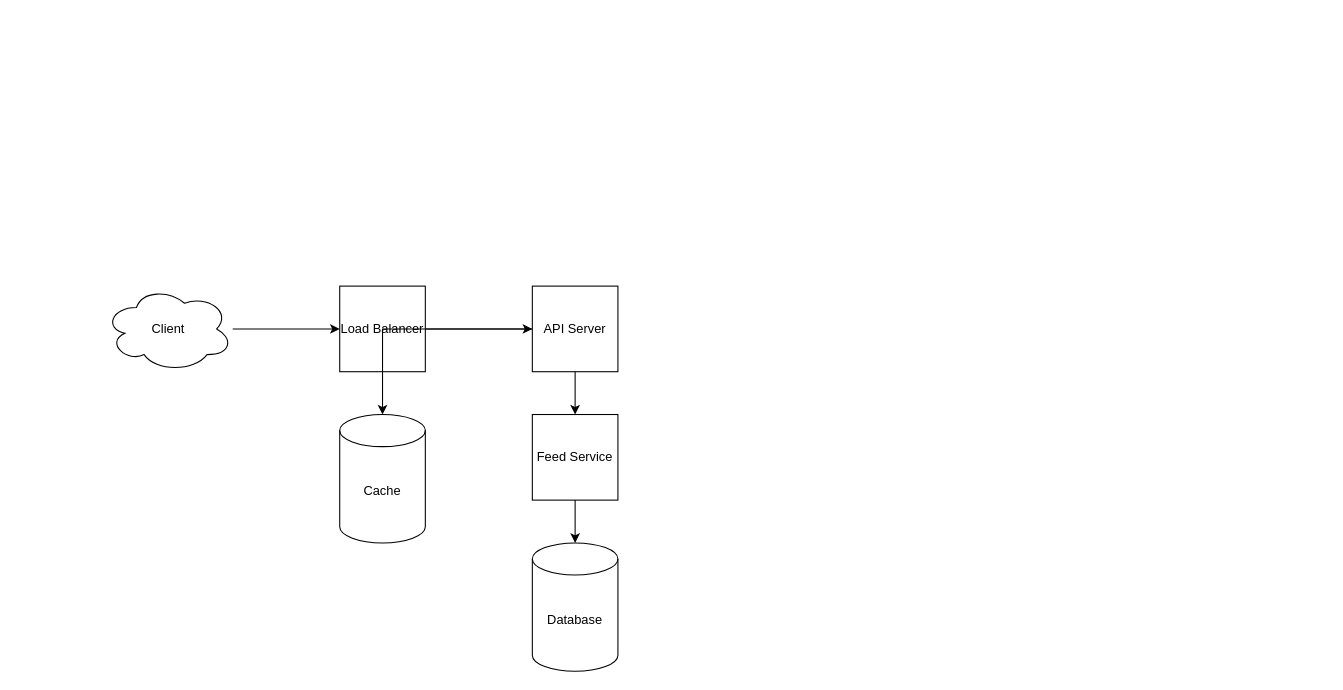
Above: system-design/news-feed/news-feed.drawio in tarunbatta/tech-interview-prep (draw.io), before the change. Source tidied: cells renumbered, new cells numbered last; positions are measured from the earlier drawing's top-left corner, leaving out a move shared by most shapes. Both pictures are drawn from the tidied source at 107%, with x=0, y=0 at pixel (104, 286).
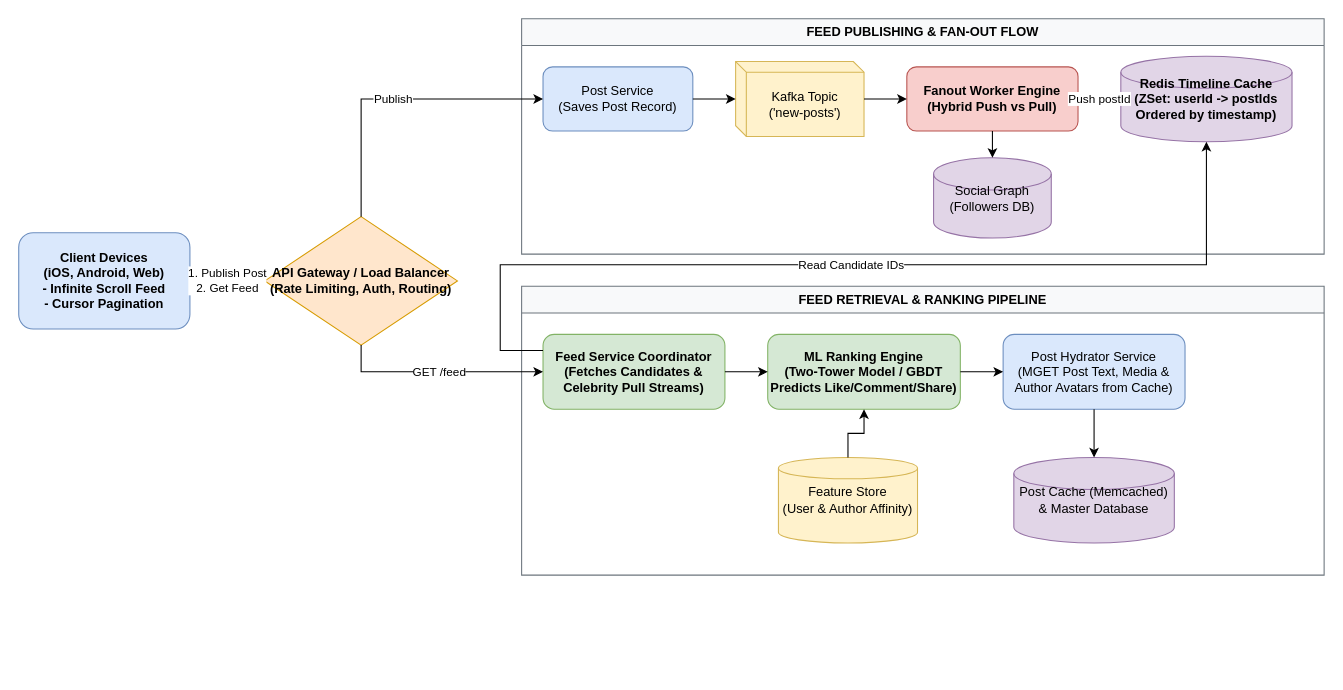
The same diagram, later.

What changed in the source:
```diff
@@
-    <mxCell id="2" value="Client" style="ellipse;shape=cloud;whiteSpace=wrap;html=1;" parent="1" vertex="1">
-      <mxGeometry y="-0.1" width="120" height="80" as="geometry" />
-    </mxCell>
-    <mxCell id="3" value="Load Balancer" style="whiteSpace=wrap;html=1;" parent="1" vertex="1">
-      <mxGeometry x="220" y="-0.1" width="80" height="80" as="geometry" />
-    </mxCell>
-    <mxCell id="4" value="API Server" style="whiteSpace=wrap;html=1;" parent="1" vertex="1">
-      <mxGeometry x="400" y="-0.1" width="80" height="80" as="geometry" />
-    </mxCell>
-    <mxCell id="5" value="Feed Service" style="whiteSpace=wrap;html=1;" parent="1" vertex="1">
-      <mxGeometry x="400" y="119.9" width="80" height="80" as="geometry" />
-    </mxCell>
-    <mxCell id="6" value="Cache" style="shape=cylinder3;whiteSpace=wrap;html=1;boundedLbl=1;backgroundOutline=1;size=15;" parent="1" vertex="1">
-      <mxGeometry x="220" y="119.9" width="80" height="120" as="geometry" />
-    </mxCell>
-    <mxCell id="7" value="Database" style="shape=cylinder3;whiteSpace=wrap;html=1;boundedLbl=1;backgroundOutline=1;size=15;" parent="1" vertex="1">
-      <mxGeometry x="400" y="239.9" width="80" height="120" as="geometry" />
-    </mxCell>
-    <mxCell id="8" style="edgeStyle=orthogonalEdgeStyle;rounded=0;jettySize=auto;html=1;" parent="1" edge="1" source="2" target="3">
-      <mxGeometry relative="1" as="geometry" />
-    </mxCell>
-    <mxCell id="9" style="edgeStyle=orthogonalEdgeStyle;rounded=0;jettySize=auto;html=1;" parent="1" edge="1" source="3" target="4">
-      <mxGeometry relative="1" as="geometry" />
-    </mxCell>
-    <mxCell id="10" style="edgeStyle=orthogonalEdgeStyle;rounded=0;jettySize=auto;html=1;" parent="1" edge="1" source="4" target="5">
-      <mxGeometry relative="1" as="geometry" />
-    </mxCell>
-    <mxCell id="11" style="edgeStyle=orthogonalEdgeStyle;rounded=0;jettySize=auto;html=1;" parent="1" edge="1" source="4" target="6">
-      <mxGeometry relative="1" as="geometry" />
-    </mxCell>
-    <mxCell id="12" style="edgeStyle=orthogonalEdgeStyle;rounded=0;jettySize=auto;html=1;" parent="1" edge="1" source="5" target="7">
-      <mxGeometry relative="1" as="geometry" />
-    </mxCell>
+    <mxCell id="13" value="Client Devices&#10;(iOS, Android, Web)&#10;- Infinite Scroll Feed&#10;- Cursor Pagination" style="rounded=1;whiteSpace=wrap;html=1;fillColor=#dae8fc;strokeColor=#6c8ebf;fontStyle=1;" parent="1" vertex="1">
+      <mxGeometry x="-80" y="-50" width="160" height="90" as="geometry" />
+    </mxCell>
+    <mxCell id="14" value="API Gateway / Load Balancer&#10;(Rate Limiting, Auth, Routing)" style="shape=rhombus;whiteSpace=wrap;html=1;fillColor=#ffe6cc;strokeColor=#d79b00;fontStyle=1;" parent="1" vertex="1">
+      <mxGeometry x="150" y="-65" width="180" height="120" as="geometry" />
+    </mxCell>
+    <mxCell id="15" value="1. Publish Post&#10;2. Get Feed" style="edgeStyle=orthogonalEdgeStyle;rounded=0;jettySize=auto;html=1;strokeWidth=2;" parent="1" edge="1" source="13" target="14">
+      <mxGeometry relative="1" as="geometry" />
+    </mxCell>
+    <mxCell id="16" value="FEED PUBLISHING &amp; FAN-OUT FLOW" style="swimlane;whiteSpace=wrap;html=1;fillColor=#f8f9fa;strokeColor=#6c757d;fontStyle=1;startSize=25;" parent="1" vertex="1">
+      <mxGeometry x="390" y="-250" width="750" height="220" as="geometry" />
+    </mxCell>
+    <mxCell id="17" value="Post Service&#10;(Saves Post Record)" style="rounded=1;whiteSpace=wrap;html=1;fillColor=#dae8fc;strokeColor=#6c8ebf;" parent="16" vertex="1">
+      <mxGeometry x="20" y="45" width="140" height="60" as="geometry" />
+    </mxCell>
+    <mxCell id="18" value="Kafka Topic&#10;('new-posts')" style="shape=cube;whiteSpace=wrap;html=1;boundedLbl=1;backgroundOutline=1;size=10;fillColor=#fff2cc;strokeColor=#d6b656;" parent="16" vertex="1">
+      <mxGeometry x="200" y="40" width="120" height="70" as="geometry" />
+    </mxCell>
+    <mxCell id="19" value="Fanout Worker Engine&#10;(Hybrid Push vs Pull)" style="rounded=1;whiteSpace=wrap;html=1;fillColor=#f8cecc;strokeColor=#b85450;fontStyle=1;" parent="16" vertex="1">
+      <mxGeometry x="360" y="45" width="160" height="60" as="geometry" />
+    </mxCell>
+    <mxCell id="20" value="Social Graph&#10;(Followers DB)" style="shape=cylinder3;whiteSpace=wrap;html=1;size=15;fillColor=#e1d5e7;strokeColor=#9673a6;" parent="16" vertex="1">
+      <mxGeometry x="385" y="130" width="110" height="75" as="geometry" />
+    </mxCell>
+    <mxCell id="21" value="Redis Timeline Cache&#10;(ZSet: userId -&gt; postIds&#10;Ordered by timestamp)" style="shape=cylinder3;whiteSpace=wrap;html=1;size=15;fillColor=#e1d5e7;strokeColor=#9673a6;fontStyle=1;" parent="16" vertex="1">
+      <mxGeometry x="560" y="35" width="160" height="80" as="geometry" />
+    </mxCell>
+    <mxCell id="22" style="edgeStyle=orthogonalEdgeStyle;rounded=0;jettySize=auto;html=1;" parent="16" edge="1" source="17" target="18">
+      <mxGeometry relative="1" as="geometry" />
+    </mxCell>
+    <mxCell id="23" style="edgeStyle=orthogonalEdgeStyle;rounded=0;jettySize=auto;html=1;" parent="16" edge="1" source="18" target="19">
+      <mxGeometry relative="1" as="geometry" />
+    </mxCell>
+    <mxCell id="24" style="edgeStyle=orthogonalEdgeStyle;rounded=0;jettySize=auto;html=1;" parent="16" edge="1" source="19" target="20">
+      <mxGeometry relative="1" as="geometry" />
+    </mxCell>
+    <mxCell id="25" value="Push postId" style="edgeStyle=orthogonalEdgeStyle;rounded=0;jettySize=auto;html=1;" parent="16" edge="1" source="19" target="21">
+      <mxGeometry relative="1" as="geometry" />
+    </mxCell>
+    <mxCell id="26" value="Publish" style="edgeStyle=orthogonalEdgeStyle;rounded=0;jettySize=auto;html=1;" parent="1" edge="1" source="14" target="17">
+      <mxGeometry relative="1" as="geometry">
+        <Array as="points">
+          <mxPoint x="240" y="-175" />
+        </Array>
+      </mxGeometry>
+    </mxCell>
+    <mxCell id="27" value="FEED RETRIEVAL &amp; RANKING PIPELINE" style="swimlane;whiteSpace=wrap;html=1;fillColor=#f8f9fa;strokeColor=#6c757d;fontStyle=1;startSize=25;" parent="1" vertex="1">
+      <mxGeometry x="390" width="750" height="270" as="geometry" />
+    </mxCell>
+    <mxCell id="28" value="Feed Service Coordinator&#10;(Fetches Candidates &amp;&#10;Celebrity Pull Streams)" style="rounded=1;whiteSpace=wrap;html=1;fillColor=#d5e8d4;strokeColor=#82b366;fontStyle=1;" parent="27" vertex="1">
+      <mxGeometry x="20" y="45" width="170" height="70" as="geometry" />
+    </mxCell>
+    <mxCell id="29" value="Feature Store&#10;(User &amp; Author Affinity)" style="shape=cylinder3;whiteSpace=wrap;html=1;size=10;fillColor=#fff2cc;strokeColor=#d6b656;" parent="27" vertex="1">
+      <mxGeometry x="240" y="160" width="130" height="80" as="geometry" />
+    </mxCell>
+    <mxCell id="30" value="ML Ranking Engine&#10;(Two-Tower Model / GBDT&#10;Predicts Like/Comment/Share)" style="rounded=1;whiteSpace=wrap;html=1;fillColor=#d5e8d4;strokeColor=#82b366;fontStyle=1;" parent="27" vertex="1">
+      <mxGeometry x="230" y="45" width="180" height="70" as="geometry" />
+    </mxCell>
+    <mxCell id="31" value="Post Hydrator Service&#10;(MGET Post Text, Media &amp;&#10;Author Avatars from Cache)" style="rounded=1;whiteSpace=wrap;html=1;fillColor=#dae8fc;strokeColor=#6c8ebf;" parent="27" vertex="1">
+      <mxGeometry x="450" y="45" width="170" height="70" as="geometry" />
+    </mxCell>
+    <mxCell id="32" value="Post Cache (Memcached)&#10;&amp; Master Database" style="shape=cylinder3;whiteSpace=wrap;html=1;size=15;fillColor=#e1d5e7;strokeColor=#9673a6;" parent="27" vertex="1">
+      <mxGeometry x="460" y="160" width="150" height="80" as="geometry" />
+    </mxCell>
+    <mxCell id="33" style="edgeStyle=orthogonalEdgeStyle;rounded=0;jettySize=auto;html=1;" parent="27" edge="1" source="28" target="30">
+      <mxGeometry relative="1" as="geometry" />
+    </mxCell>
+    <mxCell id="34" style="edgeStyle=orthogonalEdgeStyle;rounded=0;jettySize=auto;html=1;" parent="27" edge="1" source="29" target="30">
+      <mxGeometry relative="1" as="geometry" />
+    </mxCell>
+    <mxCell id="35" style="edgeStyle=orthogonalEdgeStyle;rounded=0;jettySize=auto;html=1;" parent="27" edge="1" source="30" target="31">
+      <mxGeometry relative="1" as="geometry" />
+    </mxCell>
+    <mxCell id="36" style="edgeStyle=orthogonalEdgeStyle;rounded=0;jettySize=auto;html=1;" parent="27" edge="1" source="31" target="32">
+      <mxGeometry relative="1" as="geometry" />
+    </mxCell>
+    <mxCell id="37" value="GET /feed" style="edgeStyle=orthogonalEdgeStyle;rounded=0;jettySize=auto;html=1;" parent="1" edge="1" source="14" target="28">
+      <mxGeometry relative="1" as="geometry">
+        <Array as="points">
+          <mxPoint x="240" y="80" />
+        </Array>
+      </mxGeometry>
+    </mxCell>
+    <mxCell id="38" value="Read Candidate IDs" style="edgeStyle=orthogonalEdgeStyle;rounded=0;jettySize=auto;html=1;" parent="1" edge="1" source="28" target="21">
+      <mxGeometry relative="1" as="geometry">
+        <Array as="points">
+          <mxPoint x="370" y="60" />
+          <mxPoint x="370" y="-20" />
+          <mxPoint x="1030" y="-20" />
+        </Array>
+      </mxGeometry>
+    </mxCell>
```
